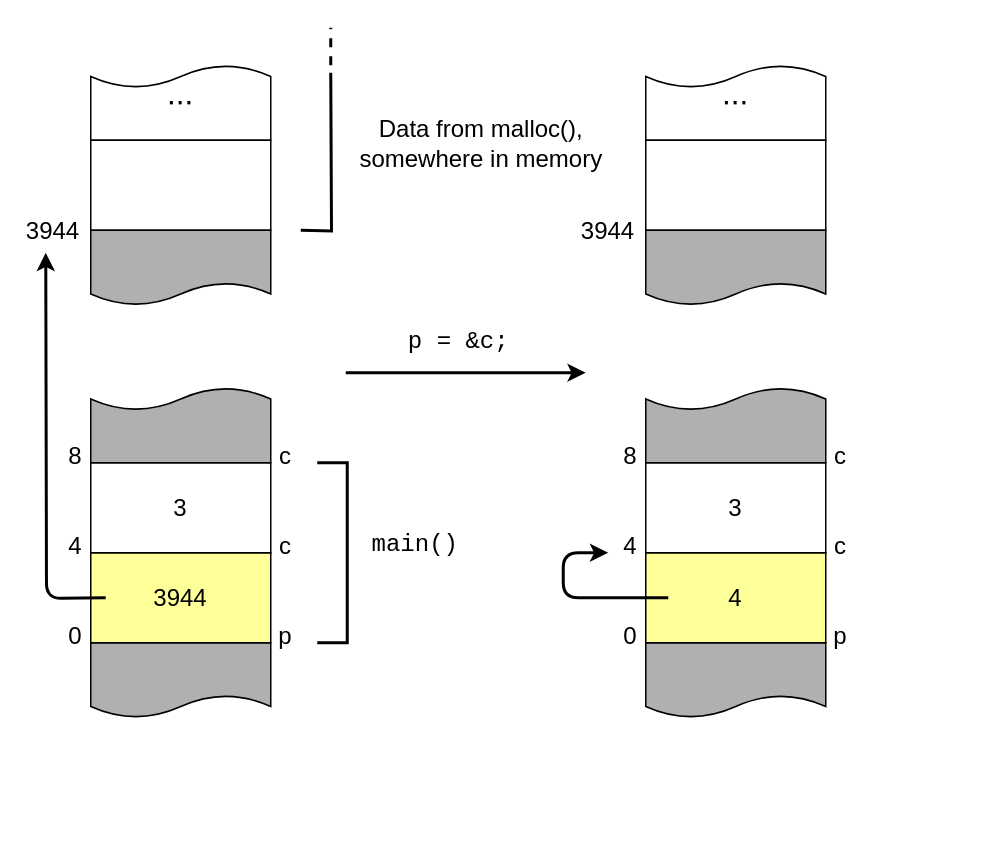
Earlier version of the draw.io diagram Pointers/diagrams/leak.drawio (z-adams/Tutorials). Source tidied: cells renumbered, new cells numbered last; positions are measured from the earlier drawing's top-left corner, leaving out a move shared by most shapes. Both pictures are drawn from the tidied source at 150%, with x=0, y=0 at pixel (30, 27).
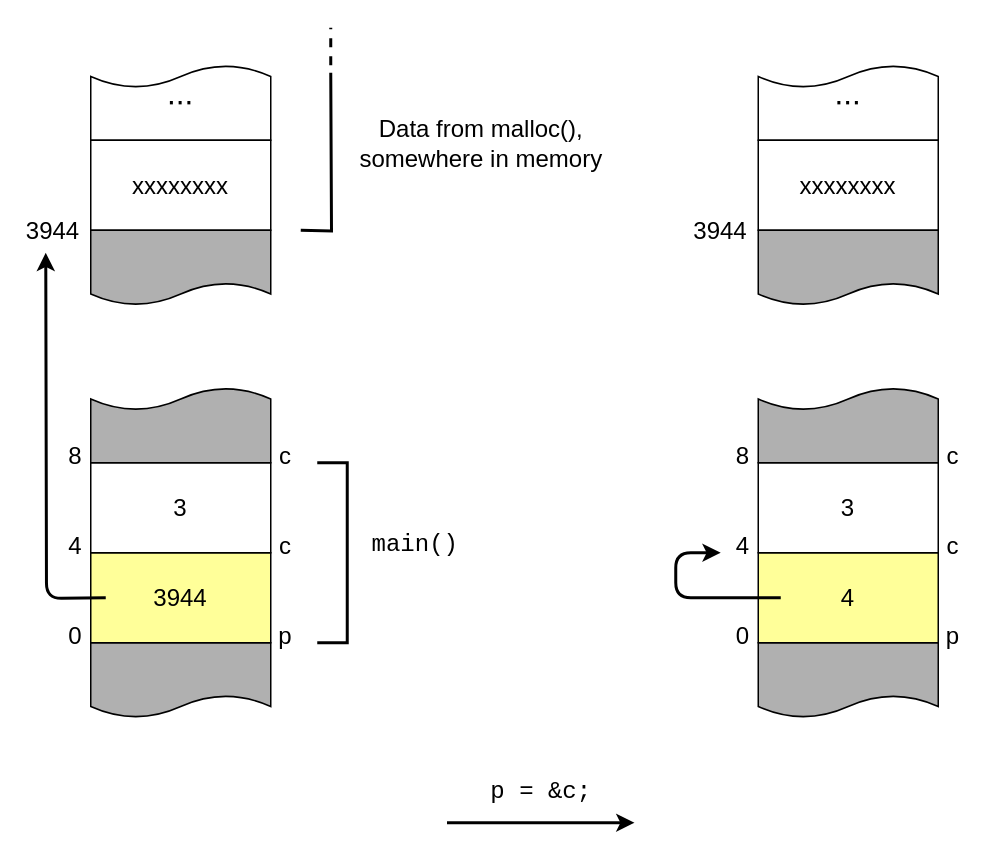
The same diagram, later.

The edit, as a diff of the source:
```diff
@@
-    <mxCell id="6" style="rounded=0;whiteSpace=wrap;html=1;fontSize=16;" parent="1" vertex="1">
+    <mxCell id="6" value="xxxxxxxx" style="rounded=0;whiteSpace=wrap;html=1;fontSize=16;" parent="1" vertex="1">
       <mxGeometry x="40" y="75" width="120" height="60" as="geometry" />
     </mxCell>
@@
     <mxCell id="16" value="..." style="shape=document;whiteSpace=wrap;html=1;boundedLbl=1;rotation=-180;fontSize=21;" parent="1" vertex="1">
-      <mxGeometry x="410" y="25" width="120" height="50" as="geometry" />
+      <mxGeometry x="485" y="25" width="120" height="50" as="geometry" />
     </mxCell>
     <mxCell id="17" style="shape=document;whiteSpace=wrap;html=1;boundedLbl=1;rotation=0;fillColor=#B0B0B0;" parent="1" vertex="1">
-      <mxGeometry x="410" y="410" width="120" height="50" as="geometry" />
+      <mxGeometry x="485" y="410" width="120" height="50" as="geometry" />
     </mxCell>
     <mxCell id="18" value="4" style="rounded=0;whiteSpace=wrap;html=1;fontSize=16;fillColor=#FFFF99;" parent="1" vertex="1">
-      <mxGeometry x="410" y="350" width="120" height="60" as="geometry" />
+      <mxGeometry x="485" y="350" width="120" height="60" as="geometry" />
     </mxCell>
     <mxCell id="19" value="3" style="rounded=0;whiteSpace=wrap;html=1;fontSize=16;" parent="1" vertex="1">
-      <mxGeometry x="410" y="290" width="120" height="60" as="geometry" />
+      <mxGeometry x="485" y="290" width="120" height="60" as="geometry" />
     </mxCell>
-    <mxCell id="20" style="rounded=0;whiteSpace=wrap;html=1;fontSize=16;" parent="1" vertex="1">
-      <mxGeometry x="410" y="75" width="120" height="60" as="geometry" />
+    <mxCell id="20" value="xxxxxxxx" style="rounded=0;whiteSpace=wrap;html=1;fontSize=16;" parent="1" vertex="1">
+      <mxGeometry x="485" y="75" width="120" height="60" as="geometry" />
     </mxCell>
     <mxCell id="21" value="0" style="text;html=1;strokeColor=none;fillColor=none;align=center;verticalAlign=middle;whiteSpace=wrap;rounded=0;fontSize=16;" parent="1" vertex="1">
-      <mxGeometry x="390" y="390" width="20" height="30" as="geometry" />
+      <mxGeometry x="465" y="390" width="20" height="30" as="geometry" />
     </mxCell>
     <mxCell id="22" value="4" style="text;html=1;strokeColor=none;fillColor=none;align=center;verticalAlign=middle;whiteSpace=wrap;rounded=0;fontSize=16;" parent="1" vertex="1">
-      <mxGeometry x="390" y="330" width="20" height="30" as="geometry" />
+      <mxGeometry x="465" y="330" width="20" height="30" as="geometry" />
     </mxCell>
     <mxCell id="23" value="8" style="text;html=1;strokeColor=none;fillColor=none;align=center;verticalAlign=middle;whiteSpace=wrap;rounded=0;fontSize=16;" parent="1" vertex="1">
-      <mxGeometry x="390" y="270" width="20" height="30" as="geometry" />
+      <mxGeometry x="465" y="270" width="20" height="30" as="geometry" />
     </mxCell>
     <mxCell id="24" value="3944" style="text;html=1;strokeColor=none;fillColor=none;align=center;verticalAlign=middle;whiteSpace=wrap;rounded=0;fontSize=16;" parent="1" vertex="1">
-      <mxGeometry x="370" y="120" width="30" height="30" as="geometry" />
+      <mxGeometry x="445" y="120" width="30" height="30" as="geometry" />
     </mxCell>
     <mxCell id="25" value="p" style="text;html=1;strokeColor=none;fillColor=none;align=center;verticalAlign=middle;whiteSpace=wrap;rounded=0;fontSize=16;" parent="1" vertex="1">
-      <mxGeometry x="530" y="390" width="20" height="30" as="geometry" />
+      <mxGeometry x="605" y="390" width="20" height="30" as="geometry" />
     </mxCell>
     <mxCell id="26" value="c" style="text;html=1;strokeColor=none;fillColor=none;align=center;verticalAlign=middle;whiteSpace=wrap;rounded=0;fontSize=16;" parent="1" vertex="1">
-      <mxGeometry x="530" y="330" width="20" height="30" as="geometry" />
+      <mxGeometry x="605" y="330" width="20" height="30" as="geometry" />
     </mxCell>
     <mxCell id="27" value="c" style="text;html=1;strokeColor=none;fillColor=none;align=center;verticalAlign=middle;whiteSpace=wrap;rounded=0;fontSize=16;" parent="1" vertex="1">
-      <mxGeometry x="530" y="270" width="20" height="30" as="geometry" />
+      <mxGeometry x="605" y="270" width="20" height="30" as="geometry" />
     </mxCell>
     <mxCell id="28" style="shape=document;whiteSpace=wrap;html=1;boundedLbl=1;rotation=0;fillColor=#B0B0B0;" parent="1" vertex="1">
-      <mxGeometry x="410" y="135" width="120" height="50" as="geometry" />
+      <mxGeometry x="485" y="135" width="120" height="50" as="geometry" />
     </mxCell>
     <mxCell id="29" style="shape=document;whiteSpace=wrap;html=1;boundedLbl=1;rotation=-180;fillColor=#B0B0B0;" parent="1" vertex="1">
-      <mxGeometry x="410" y="240" width="120" height="50" as="geometry" />
+      <mxGeometry x="485" y="240" width="120" height="50" as="geometry" />
     </mxCell>
@@
     <mxCell id="31" style="endArrow=classic;html=1;strokeWidth=2;fontSize=21;edgeStyle=orthogonalEdgeStyle;" parent="1" edge="1">
       <mxGeometry relative="1" as="geometry">
-        <mxPoint x="425" y="380" as="sourcePoint" />
-        <mxPoint x="385" y="350" as="targetPoint" />
+        <mxPoint x="500" y="380" as="sourcePoint" />
+        <mxPoint x="460" y="350" as="targetPoint" />
         <Array as="points">
-          <mxPoint x="425" y="380" />
-          <mxPoint x="355" y="380" />
-          <mxPoint x="355" y="350" />
+          <mxPoint x="500" y="380" />
+          <mxPoint x="430" y="380" />
+          <mxPoint x="430" y="350" />
         </Array>
       </mxGeometry>
     </mxCell>
@@
     <mxCell id="37" style="endArrow=classic;html=1;strokeWidth=2;fontSize=16;" parent="1" edge="1">
       <mxGeometry relative="1" as="geometry">
-        <mxPoint x="210" y="230" as="sourcePoint" />
-        <mxPoint x="370" y="230" as="targetPoint" />
+        <mxPoint x="277.5" y="530" as="sourcePoint" />
+        <mxPoint x="402.5" y="530" as="targetPoint" />
       </mxGeometry>
     </mxCell>
     <mxCell id="38" value="&lt;pre&gt;p = &amp;amp;c;&lt;/pre&gt;" style="text;html=1;align=center;verticalAlign=middle;fontSize=16;" parent="1" vertex="1">
-      <mxGeometry x="245" y="180" width="80" height="60" as="geometry" />
+      <mxGeometry x="300" y="480" width="80" height="60" as="geometry" />
     </mxCell>
```
